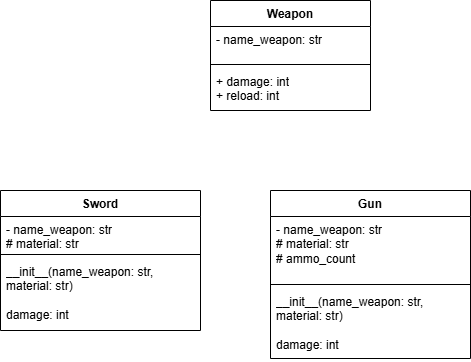
Above: Lab_act3.drawio.png in lukebaldovino/Lab_act3 (draw.io), before the change. Source tidied: cells renumbered, new cells last; positions are measured from the earlier drawing's top-left corner, leaving out a move shared by most shapes.
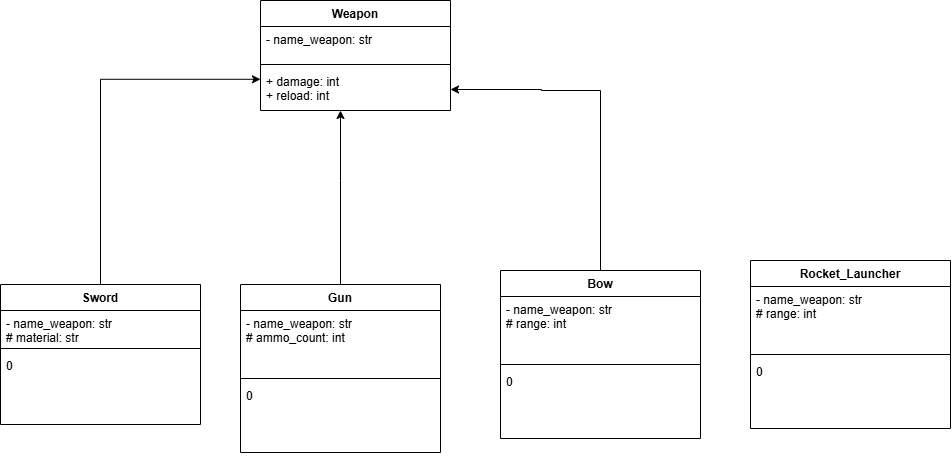
The same diagram one commit later.

The edit, as a diff of the source:
```diff
@@ -3,19 +3,19 @@
     <mxCell id="0" />
     <mxCell id="1" parent="0" />
     <mxCell id="2" value="Weapon" style="swimlane;fontStyle=1;align=center;verticalAlign=top;horizontal=1;startSize=26;whiteSpace=wrap;html=1;" parent="1" vertex="1">
-      <mxGeometry x="210" width="160" height="110" as="geometry" />
+      <mxGeometry x="270" y="-80" width="190" height="110" as="geometry" />
     </mxCell>
     <mxCell id="3" value="- name_weapon: str&lt;div&gt;&lt;br&gt;&lt;/div&gt;&lt;div&gt;&lt;br&gt;&lt;/div&gt;&lt;div&gt;&lt;br&gt;&lt;/div&gt;&lt;div&gt;&lt;br&gt;&lt;/div&gt;&lt;div&gt;&lt;br&gt;&lt;/div&gt;&lt;div&gt;&lt;br&gt;&lt;/div&gt;&lt;div&gt;&lt;br&gt;&lt;/div&gt;&lt;div&gt;&lt;br&gt;&lt;/div&gt;&lt;div&gt;&lt;br&gt;&lt;/div&gt;&lt;div&gt;&lt;br&gt;&lt;/div&gt;&lt;div&gt;&lt;br&gt;&lt;/div&gt;&lt;div&gt;&lt;br&gt;&lt;/div&gt;&lt;div&gt;&lt;br&gt;&lt;/div&gt;&lt;div&gt;&lt;br&gt;&lt;/div&gt;&lt;div&gt;&lt;br&gt;&lt;/div&gt;&lt;div&gt;&lt;br&gt;&lt;/div&gt;&lt;div&gt;&lt;br&gt;&lt;/div&gt;&lt;div&gt;&lt;br&gt;&lt;/div&gt;&lt;div&gt;&lt;br&gt;&lt;/div&gt;&lt;div&gt;&lt;br&gt;&lt;/div&gt;&lt;div&gt;&lt;br&gt;&lt;/div&gt;&lt;div&gt;&lt;br&gt;&lt;/div&gt;&lt;div&gt;&lt;br&gt;&lt;/div&gt;&lt;div&gt;&lt;br&gt;&lt;/div&gt;&lt;div&gt;&lt;br&gt;&lt;/div&gt;&lt;div&gt;&lt;br&gt;&lt;/div&gt;&lt;div&gt;&lt;br&gt;&lt;/div&gt;&lt;div&gt;&lt;br&gt;&lt;/div&gt;&lt;div&gt;&lt;br&gt;&lt;/div&gt;&lt;div&gt;&lt;br&gt;&lt;/div&gt;&lt;div&gt;&lt;br&gt;&lt;/div&gt;&lt;div&gt;&lt;br&gt;&lt;/div&gt;&lt;div&gt;&lt;br&gt;&lt;/div&gt;&lt;div&gt;&lt;br&gt;&lt;/div&gt;&lt;div&gt;&lt;br&gt;&lt;/div&gt;&lt;div&gt;&lt;br&gt;&lt;/div&gt;&lt;div&gt;&lt;br&gt;&lt;/div&gt;&lt;div&gt;&lt;br&gt;&lt;/div&gt;&lt;div&gt;&lt;br&gt;&lt;/div&gt;&lt;div&gt;&lt;br&gt;&lt;/div&gt;&lt;div&gt;&lt;br&gt;&lt;/div&gt;&lt;div&gt;&lt;br&gt;&lt;/div&gt;&lt;div&gt;&lt;br&gt;&lt;/div&gt;&lt;div&gt;&lt;br&gt;&lt;/div&gt;&lt;div&gt;&lt;br&gt;&lt;/div&gt;&lt;div&gt;&lt;br&gt;&lt;/div&gt;&lt;div&gt;&lt;br&gt;&lt;/div&gt;&lt;div&gt;&lt;br&gt;&lt;/div&gt;&lt;div&gt;&lt;br&gt;&lt;/div&gt;&lt;div&gt;&lt;br&gt;&lt;/div&gt;&lt;div&gt;&lt;br&gt;&lt;/div&gt;&lt;div&gt;&lt;br&gt;&lt;/div&gt;&lt;div&gt;&lt;br&gt;&lt;/div&gt;&lt;div&gt;&lt;br&gt;&lt;/div&gt;" style="text;strokeColor=none;fillColor=none;align=left;verticalAlign=top;spacingLeft=4;spacingRight=4;overflow=hidden;whiteSpace=wrap;html=1;" parent="2" vertex="1">
-      <mxGeometry y="26" width="160" height="34" as="geometry" />
+      <mxGeometry y="26" width="190" height="34" as="geometry" />
     </mxCell>
     <mxCell id="4" style="line;strokeWidth=1;fillColor=none;align=left;verticalAlign=middle;spacingTop=-1;spacingLeft=3;spacingRight=3;labelPosition=right;strokeColor=inherit;" parent="2" vertex="1">
-      <mxGeometry y="60" width="160" height="8" as="geometry" />
+      <mxGeometry y="60" width="190" height="8" as="geometry" />
     </mxCell>
     <mxCell id="5" value="&lt;div&gt;&lt;span style=&quot;background-color: transparent; color: light-dark(rgb(0, 0, 0), rgb(255, 255, 255));&quot;&gt;+ damage: int&lt;/span&gt;&lt;/div&gt;&lt;div&gt;+ reload: int&lt;/div&gt;" style="text;strokeColor=none;fillColor=none;align=left;verticalAlign=top;spacingLeft=4;spacingRight=4;overflow=hidden;points=[[0,0.5],[1,0.5]];portConstraint=eastwest;whiteSpace=wrap;html=1;" parent="2" vertex="1">
-      <mxGeometry y="68" width="160" height="42" as="geometry" />
+      <mxGeometry y="68" width="190" height="42" as="geometry" />
     </mxCell>
     <mxCell id="6" value="Sword" style="swimlane;fontStyle=1;align=center;verticalAlign=top;horizontal=1;startSize=26;whiteSpace=wrap;html=1;" parent="1" vertex="1">
-      <mxGeometry y="190" width="200" height="140" as="geometry" />
+      <mxGeometry x="10" y="204" width="200" height="140" as="geometry" />
     </mxCell>
     <mxCell id="7" value="- name_weapon: str&lt;div&gt;# material: str&lt;/div&gt;&lt;div&gt;&lt;br&gt;&lt;/div&gt;&lt;div&gt;&lt;br&gt;&lt;/div&gt;&lt;div&gt;&lt;br&gt;&lt;/div&gt;&lt;div&gt;&lt;br&gt;&lt;/div&gt;&lt;div&gt;&lt;br&gt;&lt;/div&gt;&lt;div&gt;&lt;br&gt;&lt;/div&gt;&lt;div&gt;&lt;br&gt;&lt;/div&gt;&lt;div&gt;&lt;br&gt;&lt;/div&gt;&lt;div&gt;&lt;br&gt;&lt;/div&gt;&lt;div&gt;&lt;br&gt;&lt;/div&gt;&lt;div&gt;&lt;br&gt;&lt;/div&gt;&lt;div&gt;&lt;br&gt;&lt;/div&gt;&lt;div&gt;&lt;br&gt;&lt;/div&gt;&lt;div&gt;&lt;br&gt;&lt;/div&gt;&lt;div&gt;&lt;br&gt;&lt;/div&gt;&lt;div&gt;&lt;br&gt;&lt;/div&gt;&lt;div&gt;&lt;br&gt;&lt;/div&gt;&lt;div&gt;&lt;br&gt;&lt;/div&gt;&lt;div&gt;&lt;br&gt;&lt;/div&gt;&lt;div&gt;&lt;br&gt;&lt;/div&gt;&lt;div&gt;&lt;br&gt;&lt;/div&gt;&lt;div&gt;&lt;br&gt;&lt;/div&gt;&lt;div&gt;&lt;br&gt;&lt;/div&gt;&lt;div&gt;&lt;br&gt;&lt;/div&gt;&lt;div&gt;&lt;br&gt;&lt;/div&gt;&lt;div&gt;&lt;br&gt;&lt;/div&gt;&lt;div&gt;&lt;br&gt;&lt;/div&gt;&lt;div&gt;&lt;br&gt;&lt;/div&gt;&lt;div&gt;&lt;br&gt;&lt;/div&gt;&lt;div&gt;&lt;br&gt;&lt;/div&gt;&lt;div&gt;&lt;br&gt;&lt;/div&gt;&lt;div&gt;&lt;br&gt;&lt;/div&gt;&lt;div&gt;&lt;br&gt;&lt;/div&gt;&lt;div&gt;&lt;br&gt;&lt;/div&gt;&lt;div&gt;&lt;br&gt;&lt;/div&gt;&lt;div&gt;&lt;br&gt;&lt;/div&gt;&lt;div&gt;&lt;br&gt;&lt;/div&gt;&lt;div&gt;&lt;br&gt;&lt;/div&gt;&lt;div&gt;&lt;br&gt;&lt;/div&gt;&lt;div&gt;&lt;br&gt;&lt;/div&gt;&lt;div&gt;&lt;br&gt;&lt;/div&gt;&lt;div&gt;&lt;br&gt;&lt;/div&gt;&lt;div&gt;&lt;br&gt;&lt;/div&gt;&lt;div&gt;&lt;br&gt;&lt;/div&gt;&lt;div&gt;&lt;br&gt;&lt;/div&gt;&lt;div&gt;&lt;br&gt;&lt;/div&gt;&lt;div&gt;&lt;br&gt;&lt;/div&gt;&lt;div&gt;&lt;br&gt;&lt;/div&gt;&lt;div&gt;&lt;br&gt;&lt;/div&gt;" style="text;strokeColor=none;fillColor=none;align=left;verticalAlign=top;spacingLeft=4;spacingRight=4;overflow=hidden;whiteSpace=wrap;html=1;" parent="6" vertex="1">
       <mxGeometry y="26" width="200" height="34" as="geometry" />
@@ -23,20 +23,64 @@
     <mxCell id="8" style="line;strokeWidth=1;fillColor=none;align=left;verticalAlign=middle;spacingTop=-1;spacingLeft=3;spacingRight=3;labelPosition=right;strokeColor=inherit;" parent="6" vertex="1">
       <mxGeometry y="60" width="200" height="8" as="geometry" />
     </mxCell>
-    <mxCell id="9" value="__init__(name_weapon: str,&amp;nbsp; material: str)&lt;div&gt;&lt;br&gt;&lt;/div&gt;&lt;div&gt;damage: int&lt;br&gt;&lt;div&gt;&lt;br&gt;&lt;/div&gt;&lt;/div&gt;" style="text;strokeColor=none;fillColor=none;align=left;verticalAlign=top;spacingLeft=4;spacingRight=4;overflow=hidden;whiteSpace=wrap;html=1;" parent="6" vertex="1">
+    <mxCell id="9" value="&lt;div&gt;&lt;div&gt;0&lt;/div&gt;&lt;/div&gt;" style="text;strokeColor=none;fillColor=none;align=left;verticalAlign=top;spacingLeft=4;spacingRight=4;overflow=hidden;whiteSpace=wrap;html=1;" parent="6" vertex="1">
       <mxGeometry y="68" width="200" height="72" as="geometry" />
     </mxCell>
+    <mxCell id="14" style="edgeStyle=orthogonalEdgeStyle;rounded=0;jettySize=auto;html=1;" parent="1" edge="1" source="10" target="5">
+      <mxGeometry relative="1" as="geometry">
+        <Array as="points">
+          <mxPoint x="350" y="100" />
+          <mxPoint x="350" y="100" />
+        </Array>
+      </mxGeometry>
+    </mxCell>
     <mxCell id="10" value="Gun" style="swimlane;fontStyle=1;align=center;verticalAlign=top;horizontal=1;startSize=26;whiteSpace=wrap;html=1;" parent="1" vertex="1">
-      <mxGeometry x="270" y="190" width="200" height="168" as="geometry" />
+      <mxGeometry x="250" y="204" width="200" height="168" as="geometry" />
     </mxCell>
-    <mxCell id="11" value="- name_weapon: str&lt;div&gt;# material: str&lt;/div&gt;&lt;div&gt;# ammo_count&lt;/div&gt;&lt;div&gt;&lt;br&gt;&lt;/div&gt;&lt;div&gt;&lt;br&gt;&lt;/div&gt;&lt;div&gt;&lt;br&gt;&lt;/div&gt;&lt;div&gt;&lt;br&gt;&lt;/div&gt;&lt;div&gt;&lt;br&gt;&lt;/div&gt;&lt;div&gt;&lt;br&gt;&lt;/div&gt;&lt;div&gt;&lt;br&gt;&lt;/div&gt;&lt;div&gt;&lt;br&gt;&lt;/div&gt;&lt;div&gt;&lt;br&gt;&lt;/div&gt;&lt;div&gt;&lt;br&gt;&lt;/div&gt;&lt;div&gt;&lt;br&gt;&lt;/div&gt;&lt;div&gt;&lt;br&gt;&lt;/div&gt;&lt;div&gt;&lt;br&gt;&lt;/div&gt;&lt;div&gt;&lt;br&gt;&lt;/div&gt;&lt;div&gt;&lt;br&gt;&lt;/div&gt;&lt;div&gt;&lt;br&gt;&lt;/div&gt;&lt;div&gt;&lt;br&gt;&lt;/div&gt;&lt;div&gt;&lt;br&gt;&lt;/div&gt;&lt;div&gt;&lt;br&gt;&lt;/div&gt;&lt;div&gt;&lt;br&gt;&lt;/div&gt;&lt;div&gt;&lt;br&gt;&lt;/div&gt;&lt;div&gt;&lt;br&gt;&lt;/div&gt;&lt;div&gt;&lt;br&gt;&lt;/div&gt;&lt;div&gt;&lt;br&gt;&lt;/div&gt;&lt;div&gt;&lt;br&gt;&lt;/div&gt;&lt;div&gt;&lt;br&gt;&lt;/div&gt;&lt;div&gt;&lt;br&gt;&lt;/div&gt;&lt;div&gt;&lt;br&gt;&lt;/div&gt;&lt;div&gt;&lt;br&gt;&lt;/div&gt;&lt;div&gt;&lt;br&gt;&lt;/div&gt;&lt;div&gt;&lt;br&gt;&lt;/div&gt;&lt;div&gt;&lt;br&gt;&lt;/div&gt;&lt;div&gt;&lt;br&gt;&lt;/div&gt;&lt;div&gt;&lt;br&gt;&lt;/div&gt;&lt;div&gt;&lt;br&gt;&lt;/div&gt;&lt;div&gt;&lt;br&gt;&lt;/div&gt;&lt;div&gt;&lt;br&gt;&lt;/div&gt;&lt;div&gt;&lt;br&gt;&lt;/div&gt;&lt;div&gt;&lt;br&gt;&lt;/div&gt;&lt;div&gt;&lt;br&gt;&lt;/div&gt;&lt;div&gt;&lt;br&gt;&lt;/div&gt;&lt;div&gt;&lt;br&gt;&lt;/div&gt;&lt;div&gt;&lt;br&gt;&lt;/div&gt;&lt;div&gt;&lt;br&gt;&lt;/div&gt;&lt;div&gt;&lt;br&gt;&lt;/div&gt;&lt;div&gt;&lt;br&gt;&lt;/div&gt;&lt;div&gt;&lt;br&gt;&lt;/div&gt;&lt;div&gt;&lt;br&gt;&lt;/div&gt;&lt;div&gt;&lt;br&gt;&lt;/div&gt;" style="text;strokeColor=none;fillColor=none;align=left;verticalAlign=top;spacingLeft=4;spacingRight=4;overflow=hidden;whiteSpace=wrap;html=1;" parent="10" vertex="1">
+    <mxCell id="11" value="- name_weapon: str&lt;div&gt;# ammo_count: int&lt;/div&gt;&lt;div&gt;&lt;br&gt;&lt;/div&gt;&lt;div&gt;&lt;br&gt;&lt;/div&gt;&lt;div&gt;&lt;br&gt;&lt;/div&gt;&lt;div&gt;&lt;br&gt;&lt;/div&gt;&lt;div&gt;&lt;br&gt;&lt;/div&gt;&lt;div&gt;&lt;br&gt;&lt;/div&gt;&lt;div&gt;&lt;br&gt;&lt;/div&gt;&lt;div&gt;&lt;br&gt;&lt;/div&gt;&lt;div&gt;&lt;br&gt;&lt;/div&gt;&lt;div&gt;&lt;br&gt;&lt;/div&gt;&lt;div&gt;&lt;br&gt;&lt;/div&gt;&lt;div&gt;&lt;br&gt;&lt;/div&gt;&lt;div&gt;&lt;br&gt;&lt;/div&gt;&lt;div&gt;&lt;br&gt;&lt;/div&gt;&lt;div&gt;&lt;br&gt;&lt;/div&gt;&lt;div&gt;&lt;br&gt;&lt;/div&gt;&lt;div&gt;&lt;br&gt;&lt;/div&gt;&lt;div&gt;&lt;br&gt;&lt;/div&gt;&lt;div&gt;&lt;br&gt;&lt;/div&gt;&lt;div&gt;&lt;br&gt;&lt;/div&gt;&lt;div&gt;&lt;br&gt;&lt;/div&gt;&lt;div&gt;&lt;br&gt;&lt;/div&gt;&lt;div&gt;&lt;br&gt;&lt;/div&gt;&lt;div&gt;&lt;br&gt;&lt;/div&gt;&lt;div&gt;&lt;br&gt;&lt;/div&gt;&lt;div&gt;&lt;br&gt;&lt;/div&gt;&lt;div&gt;&lt;br&gt;&lt;/div&gt;&lt;div&gt;&lt;br&gt;&lt;/div&gt;&lt;div&gt;&lt;br&gt;&lt;/div&gt;&lt;div&gt;&lt;br&gt;&lt;/div&gt;&lt;div&gt;&lt;br&gt;&lt;/div&gt;&lt;div&gt;&lt;br&gt;&lt;/div&gt;&lt;div&gt;&lt;br&gt;&lt;/div&gt;&lt;div&gt;&lt;br&gt;&lt;/div&gt;&lt;div&gt;&lt;br&gt;&lt;/div&gt;&lt;div&gt;&lt;br&gt;&lt;/div&gt;&lt;div&gt;&lt;br&gt;&lt;/div&gt;&lt;div&gt;&lt;br&gt;&lt;/div&gt;&lt;div&gt;&lt;br&gt;&lt;/div&gt;&lt;div&gt;&lt;br&gt;&lt;/div&gt;&lt;div&gt;&lt;br&gt;&lt;/div&gt;&lt;div&gt;&lt;br&gt;&lt;/div&gt;&lt;div&gt;&lt;br&gt;&lt;/div&gt;&lt;div&gt;&lt;br&gt;&lt;/div&gt;&lt;div&gt;&lt;br&gt;&lt;/div&gt;&lt;div&gt;&lt;br&gt;&lt;/div&gt;&lt;div&gt;&lt;br&gt;&lt;/div&gt;&lt;div&gt;&lt;br&gt;&lt;/div&gt;&lt;div&gt;&lt;br&gt;&lt;/div&gt;&lt;div&gt;&lt;br&gt;&lt;/div&gt;" style="text;strokeColor=none;fillColor=none;align=left;verticalAlign=top;spacingLeft=4;spacingRight=4;overflow=hidden;whiteSpace=wrap;html=1;" parent="10" vertex="1">
       <mxGeometry y="26" width="200" height="64" as="geometry" />
     </mxCell>
     <mxCell id="12" style="line;strokeWidth=1;fillColor=none;align=left;verticalAlign=middle;spacingTop=-1;spacingLeft=3;spacingRight=3;labelPosition=right;strokeColor=inherit;" parent="10" vertex="1">
       <mxGeometry y="90" width="200" height="8" as="geometry" />
     </mxCell>
-    <mxCell id="13" value="__init__(name_weapon: str,&amp;nbsp; material: str)&lt;div&gt;&lt;br&gt;&lt;/div&gt;&lt;div&gt;damage: int&lt;br&gt;&lt;div&gt;&lt;br&gt;&lt;/div&gt;&lt;/div&gt;" style="text;strokeColor=none;fillColor=none;align=left;verticalAlign=top;spacingLeft=4;spacingRight=4;overflow=hidden;whiteSpace=wrap;html=1;" parent="10" vertex="1">
+    <mxCell id="13" value="&lt;div&gt;&lt;div&gt;0&lt;/div&gt;&lt;/div&gt;" style="text;strokeColor=none;fillColor=none;align=left;verticalAlign=top;spacingLeft=4;spacingRight=4;overflow=hidden;whiteSpace=wrap;html=1;" parent="10" vertex="1">
       <mxGeometry y="98" width="200" height="70" as="geometry" />
     </mxCell>
+    <mxCell id="15" style="edgeStyle=orthogonalEdgeStyle;rounded=0;jettySize=auto;html=1;entryX=1;entryY=0.5;entryDx=0;entryDy=0;" parent="1" edge="1" source="16" target="5">
+      <mxGeometry relative="1" as="geometry">
+        <Array as="points">
+          <mxPoint x="610" y="10" />
+          <mxPoint x="551" y="10" />
+          <mxPoint x="551" y="9" />
+        </Array>
+      </mxGeometry>
+    </mxCell>
+    <mxCell id="16" value="Bow" style="swimlane;fontStyle=1;align=center;verticalAlign=top;horizontal=1;startSize=26;whiteSpace=wrap;html=1;" parent="1" vertex="1">
+      <mxGeometry x="510" y="190" width="200" height="168" as="geometry" />
+    </mxCell>
+    <mxCell id="17" value="- name_weapon: str&lt;div&gt;# range: int&lt;/div&gt;&lt;div&gt;&lt;br&gt;&lt;/div&gt;&lt;div&gt;&lt;br&gt;&lt;/div&gt;&lt;div&gt;&lt;br&gt;&lt;/div&gt;&lt;div&gt;&lt;br&gt;&lt;/div&gt;&lt;div&gt;&lt;br&gt;&lt;/div&gt;&lt;div&gt;&lt;br&gt;&lt;/div&gt;&lt;div&gt;&lt;br&gt;&lt;/div&gt;&lt;div&gt;&lt;br&gt;&lt;/div&gt;&lt;div&gt;&lt;br&gt;&lt;/div&gt;&lt;div&gt;&lt;br&gt;&lt;/div&gt;&lt;div&gt;&lt;br&gt;&lt;/div&gt;&lt;div&gt;&lt;br&gt;&lt;/div&gt;&lt;div&gt;&lt;br&gt;&lt;/div&gt;&lt;div&gt;&lt;br&gt;&lt;/div&gt;&lt;div&gt;&lt;br&gt;&lt;/div&gt;&lt;div&gt;&lt;br&gt;&lt;/div&gt;&lt;div&gt;&lt;br&gt;&lt;/div&gt;&lt;div&gt;&lt;br&gt;&lt;/div&gt;&lt;div&gt;&lt;br&gt;&lt;/div&gt;&lt;div&gt;&lt;br&gt;&lt;/div&gt;&lt;div&gt;&lt;br&gt;&lt;/div&gt;&lt;div&gt;&lt;br&gt;&lt;/div&gt;&lt;div&gt;&lt;br&gt;&lt;/div&gt;&lt;div&gt;&lt;br&gt;&lt;/div&gt;&lt;div&gt;&lt;br&gt;&lt;/div&gt;&lt;div&gt;&lt;br&gt;&lt;/div&gt;&lt;div&gt;&lt;br&gt;&lt;/div&gt;&lt;div&gt;&lt;br&gt;&lt;/div&gt;&lt;div&gt;&lt;br&gt;&lt;/div&gt;&lt;div&gt;&lt;br&gt;&lt;/div&gt;&lt;div&gt;&lt;br&gt;&lt;/div&gt;&lt;div&gt;&lt;br&gt;&lt;/div&gt;&lt;div&gt;&lt;br&gt;&lt;/div&gt;&lt;div&gt;&lt;br&gt;&lt;/div&gt;&lt;div&gt;&lt;br&gt;&lt;/div&gt;&lt;div&gt;&lt;br&gt;&lt;/div&gt;&lt;div&gt;&lt;br&gt;&lt;/div&gt;&lt;div&gt;&lt;br&gt;&lt;/div&gt;&lt;div&gt;&lt;br&gt;&lt;/div&gt;&lt;div&gt;&lt;br&gt;&lt;/div&gt;&lt;div&gt;&lt;br&gt;&lt;/div&gt;&lt;div&gt;&lt;br&gt;&lt;/div&gt;&lt;div&gt;&lt;br&gt;&lt;/div&gt;&lt;div&gt;&lt;br&gt;&lt;/div&gt;&lt;div&gt;&lt;br&gt;&lt;/div&gt;&lt;div&gt;&lt;br&gt;&lt;/div&gt;&lt;div&gt;&lt;br&gt;&lt;/div&gt;&lt;div&gt;&lt;br&gt;&lt;/div&gt;" style="text;strokeColor=none;fillColor=none;align=left;verticalAlign=top;spacingLeft=4;spacingRight=4;overflow=hidden;whiteSpace=wrap;html=1;" parent="16" vertex="1">
+      <mxGeometry y="26" width="200" height="64" as="geometry" />
+    </mxCell>
+    <mxCell id="18" style="line;strokeWidth=1;fillColor=none;align=left;verticalAlign=middle;spacingTop=-1;spacingLeft=3;spacingRight=3;labelPosition=right;strokeColor=inherit;" parent="16" vertex="1">
+      <mxGeometry y="90" width="200" height="8" as="geometry" />
+    </mxCell>
+    <mxCell id="19" value="&lt;div&gt;&lt;div&gt;0&lt;/div&gt;&lt;/div&gt;" style="text;strokeColor=none;fillColor=none;align=left;verticalAlign=top;spacingLeft=4;spacingRight=4;overflow=hidden;whiteSpace=wrap;html=1;" parent="16" vertex="1">
+      <mxGeometry y="98" width="200" height="70" as="geometry" />
+    </mxCell>
+    <mxCell id="20" style="edgeStyle=orthogonalEdgeStyle;rounded=0;jettySize=auto;html=1;entryX=0;entryY=0.257;entryDx=0;entryDy=0;entryPerimeter=0;" parent="1" edge="1" source="6" target="5">
+      <mxGeometry relative="1" as="geometry" />
+    </mxCell>
+    <mxCell id="21" value="Rocket_Launcher" style="swimlane;fontStyle=1;align=center;verticalAlign=top;horizontal=1;startSize=26;whiteSpace=wrap;html=1;" parent="1" vertex="1">
+      <mxGeometry x="760" y="180" width="200" height="168" as="geometry" />
+    </mxCell>
+    <mxCell id="22" value="- name_weapon: str&lt;div&gt;# range: int&lt;/div&gt;&lt;div&gt;&lt;br&gt;&lt;/div&gt;&lt;div&gt;&lt;br&gt;&lt;/div&gt;&lt;div&gt;&lt;br&gt;&lt;/div&gt;&lt;div&gt;&lt;br&gt;&lt;/div&gt;&lt;div&gt;&lt;br&gt;&lt;/div&gt;&lt;div&gt;&lt;br&gt;&lt;/div&gt;&lt;div&gt;&lt;br&gt;&lt;/div&gt;&lt;div&gt;&lt;br&gt;&lt;/div&gt;&lt;div&gt;&lt;br&gt;&lt;/div&gt;&lt;div&gt;&lt;br&gt;&lt;/div&gt;&lt;div&gt;&lt;br&gt;&lt;/div&gt;&lt;div&gt;&lt;br&gt;&lt;/div&gt;&lt;div&gt;&lt;br&gt;&lt;/div&gt;&lt;div&gt;&lt;br&gt;&lt;/div&gt;&lt;div&gt;&lt;br&gt;&lt;/div&gt;&lt;div&gt;&lt;br&gt;&lt;/div&gt;&lt;div&gt;&lt;br&gt;&lt;/div&gt;&lt;div&gt;&lt;br&gt;&lt;/div&gt;&lt;div&gt;&lt;br&gt;&lt;/div&gt;&lt;div&gt;&lt;br&gt;&lt;/div&gt;&lt;div&gt;&lt;br&gt;&lt;/div&gt;&lt;div&gt;&lt;br&gt;&lt;/div&gt;&lt;div&gt;&lt;br&gt;&lt;/div&gt;&lt;div&gt;&lt;br&gt;&lt;/div&gt;&lt;div&gt;&lt;br&gt;&lt;/div&gt;&lt;div&gt;&lt;br&gt;&lt;/div&gt;&lt;div&gt;&lt;br&gt;&lt;/div&gt;&lt;div&gt;&lt;br&gt;&lt;/div&gt;&lt;div&gt;&lt;br&gt;&lt;/div&gt;&lt;div&gt;&lt;br&gt;&lt;/div&gt;&lt;div&gt;&lt;br&gt;&lt;/div&gt;&lt;div&gt;&lt;br&gt;&lt;/div&gt;&lt;div&gt;&lt;br&gt;&lt;/div&gt;&lt;div&gt;&lt;br&gt;&lt;/div&gt;&lt;div&gt;&lt;br&gt;&lt;/div&gt;&lt;div&gt;&lt;br&gt;&lt;/div&gt;&lt;div&gt;&lt;br&gt;&lt;/div&gt;&lt;div&gt;&lt;br&gt;&lt;/div&gt;&lt;div&gt;&lt;br&gt;&lt;/div&gt;&lt;div&gt;&lt;br&gt;&lt;/div&gt;&lt;div&gt;&lt;br&gt;&lt;/div&gt;&lt;div&gt;&lt;br&gt;&lt;/div&gt;&lt;div&gt;&lt;br&gt;&lt;/div&gt;&lt;div&gt;&lt;br&gt;&lt;/div&gt;&lt;div&gt;&lt;br&gt;&lt;/div&gt;&lt;div&gt;&lt;br&gt;&lt;/div&gt;&lt;div&gt;&lt;br&gt;&lt;/div&gt;&lt;div&gt;&lt;br&gt;&lt;/div&gt;" style="text;strokeColor=none;fillColor=none;align=left;verticalAlign=top;spacingLeft=4;spacingRight=4;overflow=hidden;whiteSpace=wrap;html=1;" parent="21" vertex="1">
+      <mxGeometry y="26" width="200" height="64" as="geometry" />
+    </mxCell>
+    <mxCell id="23" style="line;strokeWidth=1;fillColor=none;align=left;verticalAlign=middle;spacingTop=-1;spacingLeft=3;spacingRight=3;labelPosition=right;strokeColor=inherit;" parent="21" vertex="1">
+      <mxGeometry y="90" width="200" height="8" as="geometry" />
+    </mxCell>
+    <mxCell id="24" value="&lt;div&gt;&lt;div&gt;0&lt;/div&gt;&lt;/div&gt;" style="text;strokeColor=none;fillColor=none;align=left;verticalAlign=top;spacingLeft=4;spacingRight=4;overflow=hidden;whiteSpace=wrap;html=1;" parent="21" vertex="1">
+      <mxGeometry y="98" width="200" height="70" as="geometry" />
+    </mxCell>
   </root>
 </mxGraphModel>
```
